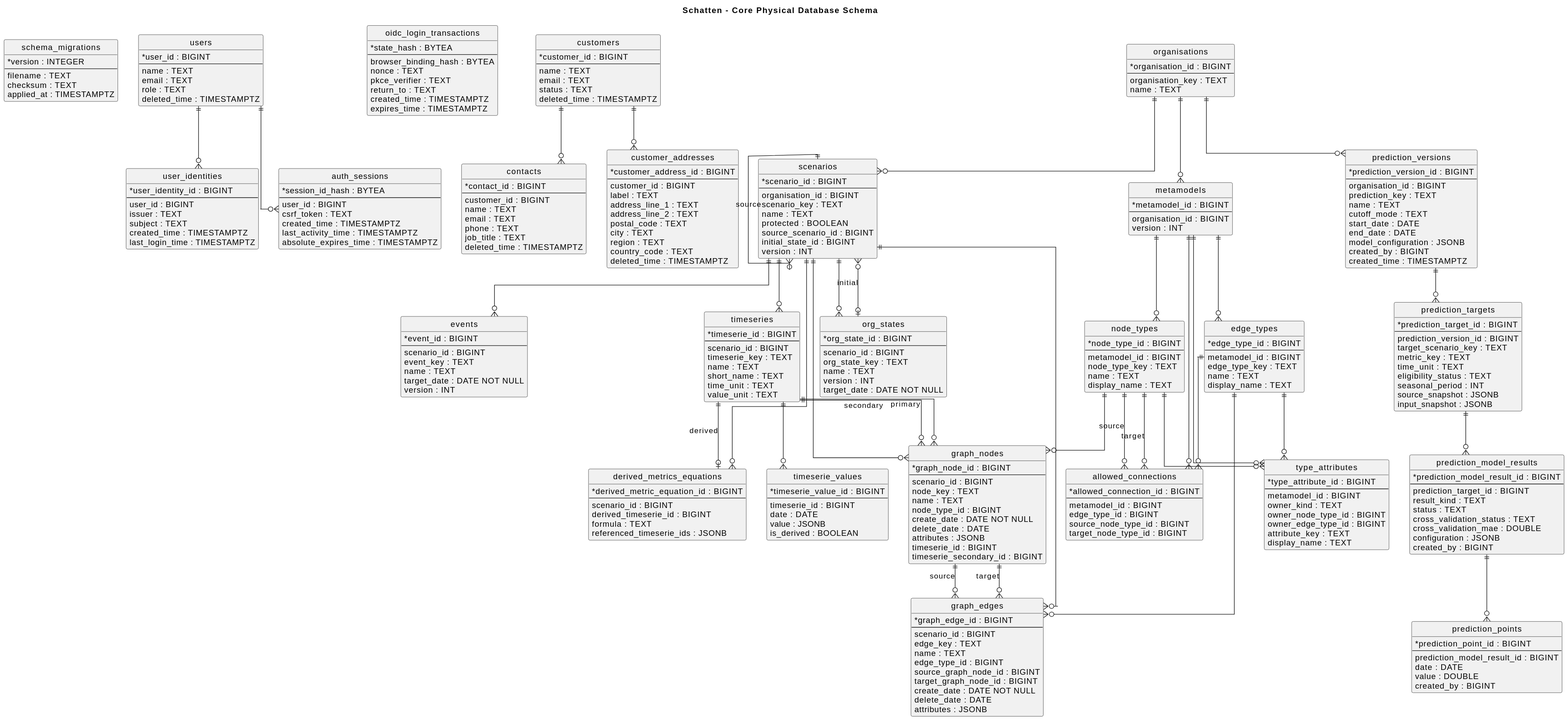
Earlier version of the PlantUML export docs/diagrams/generated/db-physical-schema.svg (lupaus-eu/shadow).
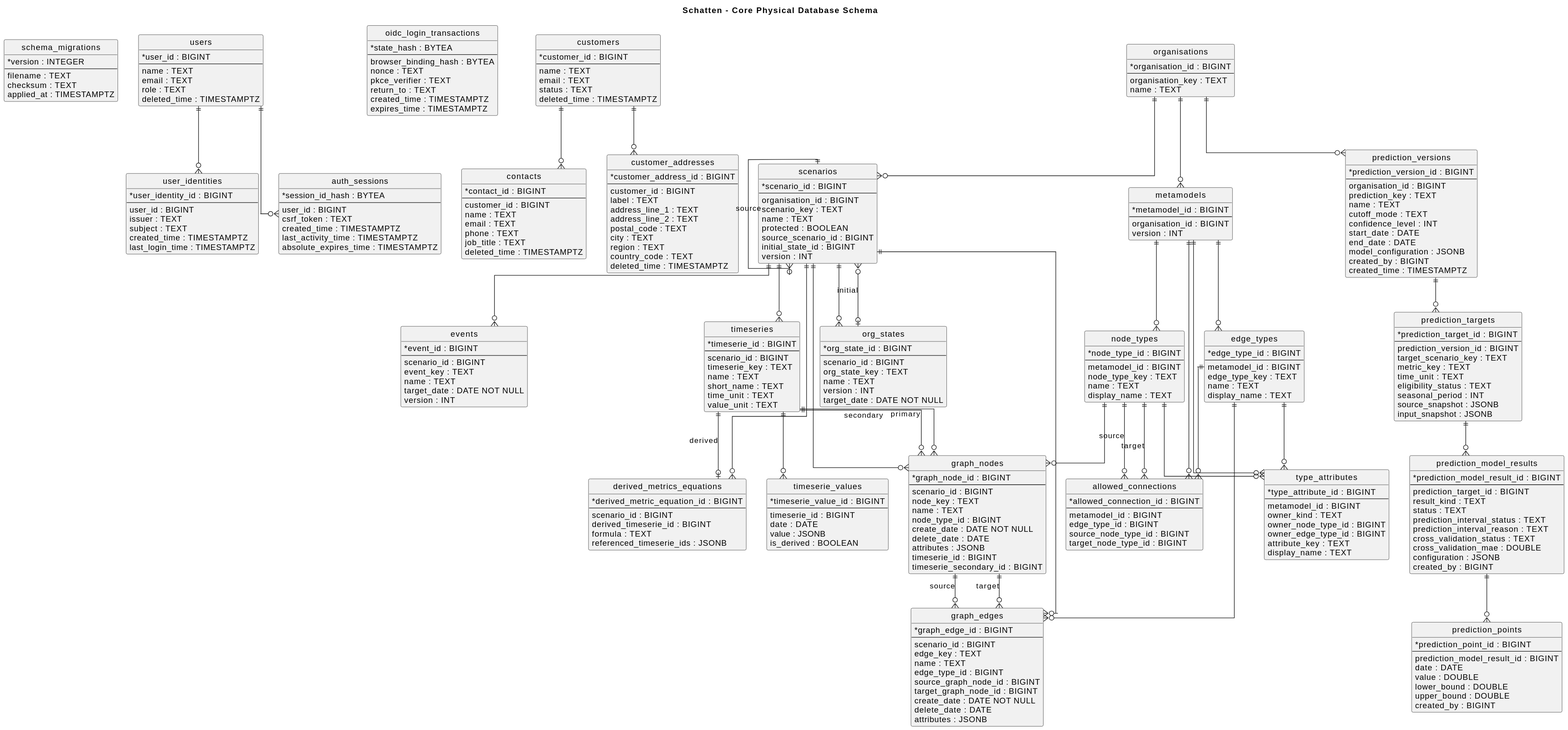
Above is the later version.

The edit, as a diff of the source:
```diff
@@ -235,6 +235,7 @@
   prediction_key : TEXT
   name : TEXT
   cutoff_mode : TEXT
+  confidence_level : INT
   start_date : DATE
   end_date : DATE
   model_configuration : JSONB
@@ -261,6 +262,8 @@
   prediction_target_id : BIGINT
   result_kind : TEXT
   status : TEXT
+  prediction_interval_status : TEXT
+  prediction_interval_reason : TEXT
   cross_validation_status : TEXT
   cross_validation_mae : DOUBLE
   configuration : JSONB
@@ -273,6 +276,8 @@
   prediction_model_result_id : BIGINT
   date : DATE
   value : DOUBLE
+  lower_bound : DOUBLE
+  upper_bound : DOUBLE
   created_by : BIGINT
 }
 
```
